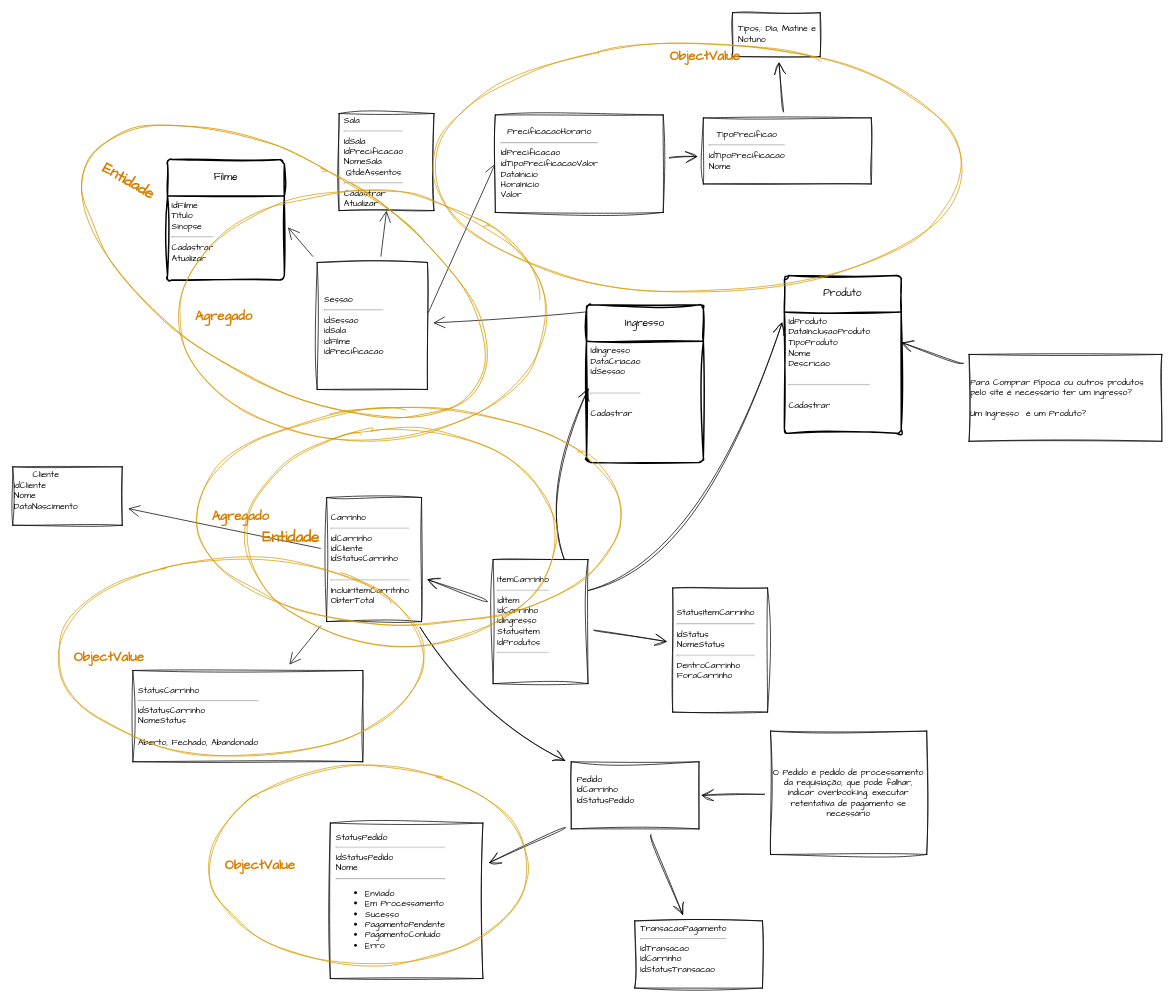
Earlier version of the draw.io diagram page "Entidades" (1 of 3) of doc/IngressosCinemaSiteWebview/arquitetura/Enriquecimento do Domínio.drawio (novaesdavi/ingresso_teste). Source tidied: cells renumbered, new cells numbered last; positions are measured from the earlier drawing's top-left corner, leaving out a move shared by most shapes. Both pictures are drawn from the tidied source at 73%, with x=0, y=0 at pixel (12, 12).
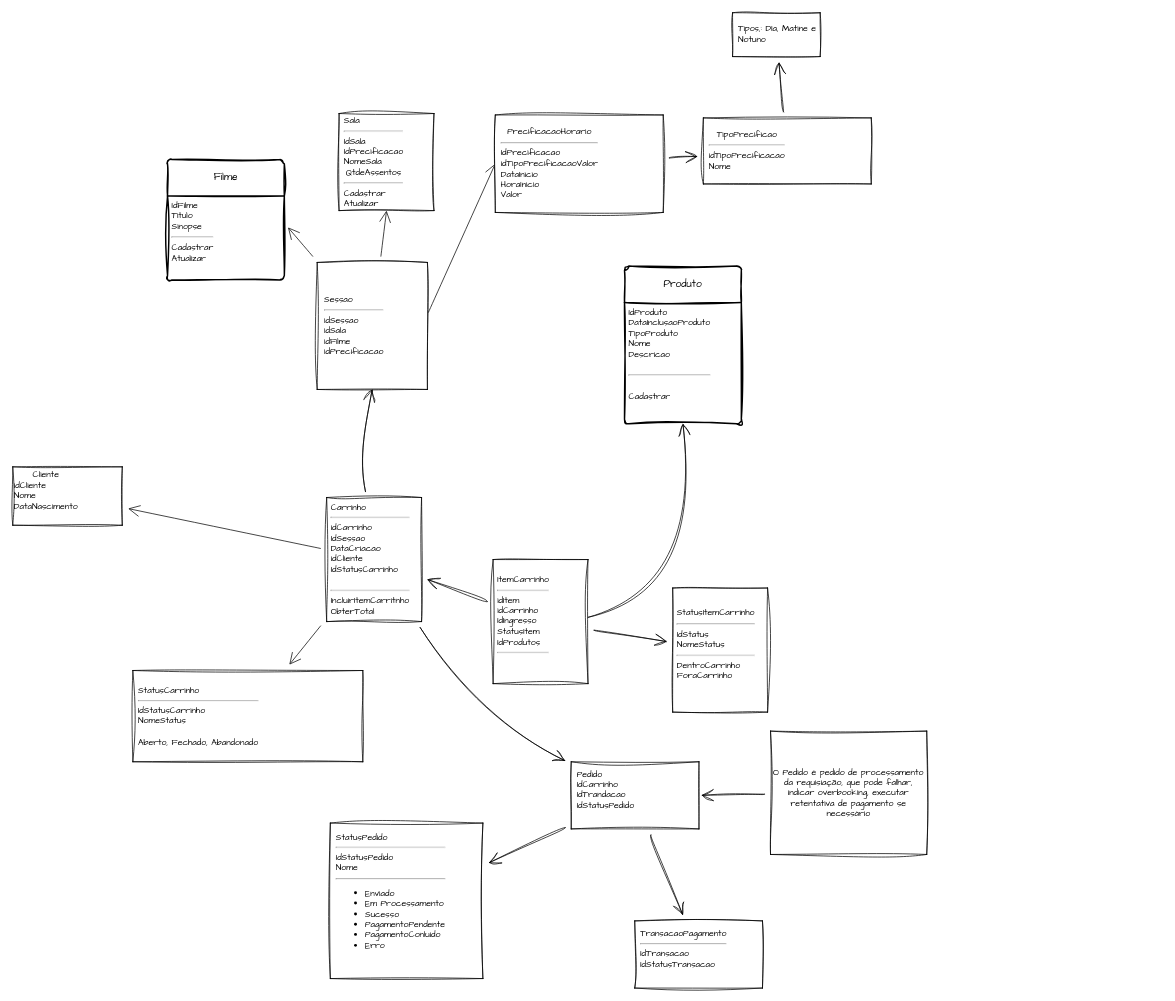
After the change.

The change refers to these unchanged cells:
```xml
<mxCell id="7" value="&lt;div style=&quot;&quot;&gt;&lt;span style=&quot;background-color: initial;&quot;&gt;Sessao&lt;/span&gt;&lt;/div&gt;&lt;div style=&quot;&quot;&gt;&lt;hr&gt;&lt;/div&gt;&lt;div style=&quot;&quot;&gt;&lt;span style=&quot;background-color: initial;&quot;&gt;idSessao&lt;/span&gt;&lt;/div&gt;&lt;div style=&quot;&quot;&gt;&lt;span style=&quot;background-color: initial;&quot;&gt;idSala&lt;/span&gt;&lt;br&gt;&lt;/div&gt;&lt;div&gt;idFilme&lt;/div&gt;&lt;div&gt;&lt;div&gt;&lt;span style=&quot;background-color: initial;&quot;&gt;idPrecificacao&lt;/span&gt;&lt;/div&gt;&lt;/div&gt;" style="rounded=0;whiteSpace=wrap;html=1;fontFamily=Architects Daughter;sketch=1;curveFitting=1;jiggle=2;fillStyle=auto;align=left;shadow=0;spacingLeft=8;" parent="1" vertex="1">
  <mxGeometry x="417" y="342" width="151" height="174" as="geometry" />
</mxCell>
<mxCell id="22" value="&lt;div&gt;IdProduto&lt;/div&gt;&lt;div&gt;&lt;span style=&quot;background-color: initial;&quot;&gt;DataInclusaoProduto&lt;/span&gt;&lt;/div&gt;&lt;div&gt;&lt;div style=&quot;text-wrap: wrap;&quot;&gt;&lt;span style=&quot;background-color: initial;&quot;&gt;TipoProduto&lt;/span&gt;&lt;br&gt;&lt;/div&gt;&lt;div style=&quot;text-wrap: wrap;&quot;&gt;&lt;span style=&quot;background-color: initial;&quot;&gt;Nome&lt;/span&gt;&lt;/div&gt;&lt;div style=&quot;text-wrap: wrap;&quot;&gt;&lt;span style=&quot;background-color: initial;&quot;&gt;Descricao&lt;/span&gt;&lt;/div&gt;&lt;div style=&quot;text-wrap: wrap;&quot;&gt;&lt;br&gt;&lt;/div&gt;&lt;/div&gt;&lt;div&gt;&lt;hr&gt;&lt;/div&gt;&lt;div&gt;&lt;span style=&quot;background-color: initial;&quot;&gt;&lt;br&gt;&lt;/span&gt;&lt;/div&gt;&lt;div&gt;&lt;span style=&quot;background-color: initial;&quot;&gt;Cadastrar&lt;/span&gt;&lt;br&gt;&lt;/div&gt;&lt;div&gt;&lt;br&gt;&lt;/div&gt;" style="align=left;strokeColor=none;fillColor=none;spacingLeft=4;fontSize=12;verticalAlign=top;html=1;sketch=1;hachureGap=4;jiggle=2;curveFitting=1;fontFamily=Architects Daughter;shadow=0;" parent="21" vertex="1">
  <mxGeometry y="50" width="160" height="166" as="geometry" />
</mxCell>
<mxCell id="37" value="&lt;div style=&quot;&quot;&gt;&lt;span style=&quot;background-color: initial;&quot;&gt;ItemCarrinho&lt;/span&gt;&lt;/div&gt;&lt;div style=&quot;&quot;&gt;&lt;hr&gt;&lt;/div&gt;&lt;div style=&quot;&quot;&gt;&lt;span style=&quot;background-color: initial;&quot;&gt;idItem&lt;/span&gt;&lt;br&gt;&lt;/div&gt;&lt;div style=&quot;&quot;&gt;idCarrinho&lt;span style=&quot;background-color: initial;&quot;&gt;&lt;br&gt;&lt;/span&gt;&lt;/div&gt;&lt;div&gt;&lt;span style=&quot;background-color: initial;&quot;&gt;IdIngresso&lt;/span&gt;&lt;br&gt;&lt;/div&gt;&lt;div&gt;StatusItem&lt;br&gt;&lt;/div&gt;&lt;div&gt;IdProdutos&lt;br&gt;&lt;hr&gt;&lt;/div&gt;&lt;div&gt;&lt;br&gt;&lt;/div&gt;" style="rounded=0;whiteSpace=wrap;html=1;fontFamily=Architects Daughter;sketch=1;curveFitting=1;jiggle=2;fillStyle=auto;align=left;spacingLeft=4;shadow=0;" parent="1" vertex="1">
  <mxGeometry x="658" y="749" width="130" height="170" as="geometry" />
</mxCell>
```

Diff of the diagram source:
```diff
@@
-    <mxCell id="6" style="edgeStyle=none;curved=1;rounded=0;sketch=1;hachureGap=4;jiggle=2;curveFitting=1;jettySize=auto;html=1;fontFamily=Architects Daughter;fontSize=16;startSize=14;endArrow=open;endSize=14;sourcePerimeterSpacing=8;targetPerimeterSpacing=8;exitX=1;exitY=0.25;exitDx=0;exitDy=0;entryX=-0.019;entryY=0.086;entryDx=0;entryDy=0;entryPerimeter=0;shadow=0;" parent="1" edge="1" source="37" target="22">
+    <mxCell id="6" style="edgeStyle=none;curved=1;rounded=0;sketch=1;hachureGap=4;jiggle=2;curveFitting=1;jettySize=auto;html=1;fontFamily=Architects Daughter;fontSize=16;startSize=14;endArrow=open;endSize=14;sourcePerimeterSpacing=8;targetPerimeterSpacing=8;exitX=1;exitY=0.25;exitDx=0;exitDy=0;entryX=0.5;entryY=1;entryDx=0;entryDy=0;shadow=0;" parent="1" edge="1" target="22">
       <mxGeometry relative="1" as="geometry">
+        <mxPoint x="788" y="828.2" as="sourcePoint" />
         <Array as="points">
-          <mxPoint x="948" y="751" />
+          <mxPoint x="948" y="787.7" />
         </Array>
       </mxGeometry>
     </mxCell>
@@
-    <mxCell id="12" style="edgeStyle=none;curved=1;rounded=0;jettySize=auto;html=1;fontFamily=Architects Daughter;fontSize=16;startSize=14;endArrow=open;endSize=14;sourcePerimeterSpacing=8;targetPerimeterSpacing=8;exitX=0.395;exitY=0.013;exitDx=0;exitDy=0;exitPerimeter=0;shadow=0;" parent="1" edge="1" source="19" target="7">
-      <mxGeometry relative="1" as="geometry">
-        <Array as="points">
-          <mxPoint x="733" y="417" />
-        </Array>
-      </mxGeometry>
-    </mxCell>
@@
+    <mxCell id="48" style="edgeStyle=none;curved=1;rounded=0;sketch=1;hachureGap=4;jiggle=2;curveFitting=1;jettySize=auto;html=1;entryX=0.5;entryY=1;entryDx=0;entryDy=0;fontFamily=Architects Daughter;fontSize=16;startSize=14;endArrow=open;endSize=14;sourcePerimeterSpacing=8;targetPerimeterSpacing=8;" parent="1" edge="1" source="15" target="7">
+      <mxGeometry relative="1" as="geometry">
+        <Array as="points">
+          <mxPoint x="474" y="584" />
+        </Array>
+      </mxGeometry>
+    </mxCell>
-    <mxCell id="15" value="&lt;div style=&quot;&quot;&gt;&lt;span style=&quot;background-color: initial;&quot;&gt;Carrinho&lt;/span&gt;&lt;/div&gt;&lt;div style=&quot;&quot;&gt;&lt;hr&gt;&lt;/div&gt;&lt;div style=&quot;&quot;&gt;&lt;span style=&quot;background-color: initial;&quot;&gt;idCarrinho&lt;/span&gt;&lt;/div&gt;&lt;div style=&quot;&quot;&gt;&lt;span style=&quot;background-color: initial;&quot;&gt;idCliente&lt;/span&gt;&lt;br&gt;&lt;/div&gt;&lt;div&gt;&lt;span style=&quot;background-color: initial;&quot;&gt;IdStatusCarrinho&lt;/span&gt;&lt;br&gt;&lt;/div&gt;&lt;div&gt;&lt;br&gt;&lt;hr&gt;IncluirItemCarritnho&lt;/div&gt;&lt;div&gt;ObterTotal&lt;br&gt;&lt;/div&gt;" style="rounded=0;whiteSpace=wrap;html=1;fontFamily=Architects Daughter;sketch=1;curveFitting=1;jiggle=2;fillStyle=auto;align=left;spacingLeft=4;shadow=0;" parent="1" vertex="1">
+    <mxCell id="15" value="&lt;div style=&quot;&quot;&gt;&lt;span style=&quot;background-color: initial;&quot;&gt;Carrinho&lt;/span&gt;&lt;/div&gt;&lt;div style=&quot;&quot;&gt;&lt;hr&gt;&lt;/div&gt;&lt;div style=&quot;&quot;&gt;&lt;span style=&quot;background-color: initial;&quot;&gt;idCarrinho&lt;/span&gt;&lt;/div&gt;&lt;div style=&quot;&quot;&gt;&lt;span style=&quot;background-color: initial;&quot;&gt;IdSessao&lt;/span&gt;&lt;/div&gt;&lt;div style=&quot;&quot;&gt;&lt;span style=&quot;background-color: initial;&quot;&gt;DataCriacao&lt;/span&gt;&lt;/div&gt;&lt;div style=&quot;&quot;&gt;&lt;span style=&quot;background-color: initial;&quot;&gt;idCliente&lt;/span&gt;&lt;br&gt;&lt;/div&gt;&lt;div&gt;&lt;span style=&quot;background-color: initial;&quot;&gt;IdStatusCarrinho&lt;/span&gt;&lt;br&gt;&lt;/div&gt;&lt;div&gt;&lt;br&gt;&lt;hr&gt;IncluirItemCarritnho&lt;/div&gt;&lt;div&gt;ObterTotal&lt;br&gt;&lt;/div&gt;" style="rounded=0;whiteSpace=wrap;html=1;fontFamily=Architects Daughter;sketch=1;curveFitting=1;jiggle=2;fillStyle=auto;align=left;spacingLeft=4;shadow=0;" parent="1" vertex="1">
       <mxGeometry x="430" y="664" width="130" height="170" as="geometry" />
     </mxCell>
@@
-    <mxCell id="19" value="Ingresso" style="swimlane;horizontal=1;startSize=50;rounded=1;fontSize=14;fontStyle=0;strokeWidth=2;shadow=0;dashed=0;align=center;arcSize=4;whiteSpace=wrap;html=1;sketch=1;hachureGap=4;jiggle=2;curveFitting=1;fontFamily=Architects Daughter;" parent="1" vertex="1">
-      <mxGeometry x="786" y="400" width="160" height="216" as="geometry" />
-    </mxCell>
-    <mxCell id="20" value="&lt;div&gt;IdIngresso&lt;/div&gt;&lt;div&gt;&lt;span style=&quot;background-color: initial;&quot;&gt;DataCriacao&lt;/span&gt;&lt;/div&gt;&lt;div&gt;&lt;div style=&quot;text-wrap: wrap;&quot;&gt;&lt;span style=&quot;background-color: initial;&quot;&gt;IdSessao&lt;/span&gt;&lt;br&gt;&lt;/div&gt;&lt;div style=&quot;text-wrap: wrap;&quot;&gt;&lt;br&gt;&lt;/div&gt;&lt;/div&gt;&lt;div&gt;&lt;hr&gt;&lt;/div&gt;&lt;div&gt;&lt;span style=&quot;background-color: initial;&quot;&gt;&lt;br&gt;&lt;/span&gt;&lt;/div&gt;&lt;div&gt;&lt;span style=&quot;background-color: initial;&quot;&gt;Cadastrar&lt;/span&gt;&lt;br&gt;&lt;/div&gt;&lt;div&gt;&lt;br&gt;&lt;/div&gt;" style="align=left;strokeColor=none;fillColor=none;spacingLeft=4;fontSize=12;verticalAlign=top;html=1;sketch=1;hachureGap=4;jiggle=2;curveFitting=1;fontFamily=Architects Daughter;shadow=0;" parent="19" vertex="1">
-      <mxGeometry y="50" width="160" height="166" as="geometry" />
-    </mxCell>
     <mxCell id="21" value="Produto" style="swimlane;horizontal=1;startSize=50;rounded=1;fontSize=14;fontStyle=0;strokeWidth=2;shadow=0;dashed=0;align=center;arcSize=4;whiteSpace=wrap;html=1;sketch=1;hachureGap=4;jiggle=2;curveFitting=1;fontFamily=Architects Daughter;" parent="1" vertex="1">
-      <mxGeometry x="1057" y="360" width="160" height="216" as="geometry" />
+      <mxGeometry x="838" y="347" width="160" height="216" as="geometry" />
     </mxCell>
@@
-    <mxCell id="23" style="edgeStyle=none;curved=1;rounded=0;sketch=1;hachureGap=4;jiggle=2;curveFitting=1;jettySize=auto;html=1;entryX=0.016;entryY=0.388;entryDx=0;entryDy=0;entryPerimeter=0;fontFamily=Architects Daughter;fontSize=16;startSize=14;endArrow=open;endSize=14;sourcePerimeterSpacing=8;targetPerimeterSpacing=8;shadow=0;exitX=0.75;exitY=0;exitDx=0;exitDy=0;" parent="1" edge="1" source="37" target="20">
-      <mxGeometry relative="1" as="geometry">
-        <Array as="points">
-          <mxPoint x="726" y="661" />
-        </Array>
-      </mxGeometry>
-    </mxCell>
-    <mxCell id="24" style="edgeStyle=none;curved=1;rounded=0;sketch=1;hachureGap=4;jiggle=2;curveFitting=1;jettySize=auto;html=1;entryX=1;entryY=0.25;entryDx=0;entryDy=0;fontFamily=Architects Daughter;fontSize=16;startSize=14;endArrow=open;endSize=14;sourcePerimeterSpacing=8;targetPerimeterSpacing=8;shadow=0;" parent="1" edge="1" source="25" target="22">
-      <mxGeometry relative="1" as="geometry" />
-    </mxCell>
-    <mxCell id="25" value="Para Comprar Pìpoca ou outros produtos pelo site é necessário ter um ingresso?&lt;br&gt;&lt;br&gt;Um Ingresso&amp;nbsp; é um Produto?" style="html=1;dashed=0;whiteSpace=wrap;sketch=1;hachureGap=4;jiggle=2;curveFitting=1;fontFamily=Architects Daughter;align=left;shadow=0;" parent="1" vertex="1">
-      <mxGeometry x="1310" y="468" width="264" height="119" as="geometry" />
-    </mxCell>
@@
-    <mxCell id="31" value="Pedido&lt;div&gt;IdCarrinho&lt;/div&gt;&lt;div&gt;IdStatusPedido&lt;/div&gt;&lt;div&gt;&lt;br&gt;&lt;/div&gt;" style="html=1;dashed=0;whiteSpace=wrap;sketch=1;hachureGap=4;jiggle=2;curveFitting=1;fontFamily=Architects Daughter;align=left;spacingLeft=6;shadow=0;" parent="1" vertex="1">
+    <mxCell id="31" value="Pedido&lt;div&gt;IdCarrinho&lt;/div&gt;&lt;div&gt;IdTrandacao&lt;/div&gt;&lt;div&gt;IdStatusPedido&lt;/div&gt;&lt;div&gt;&lt;br&gt;&lt;/div&gt;" style="html=1;dashed=0;whiteSpace=wrap;sketch=1;hachureGap=4;jiggle=2;curveFitting=1;fontFamily=Architects Daughter;align=left;spacingLeft=6;shadow=0;" parent="1" vertex="1">
       <mxGeometry x="765" y="1026" width="175" height="92" as="geometry" />
     </mxCell>
@@
-    <mxCell id="39" value="&lt;div&gt;TransacaoPagamento&lt;hr&gt;&lt;div&gt;IdTransacao&lt;/div&gt;&lt;div&gt;IdCarrinho&lt;/div&gt;&lt;div&gt;IdStatusTransacao&lt;/div&gt;&lt;div&gt;&lt;br&gt;&lt;/div&gt;&lt;/div&gt;" style="html=1;dashed=0;whiteSpace=wrap;sketch=1;hachureGap=4;jiggle=2;curveFitting=1;fontFamily=Architects Daughter;align=left;spacingLeft=6;shadow=0;" parent="1" vertex="1">
+    <mxCell id="39" value="TransacaoPagamento&lt;hr&gt;&lt;div&gt;IdTransacao&lt;/div&gt;&lt;div&gt;&lt;span style=&quot;background-color: initial;&quot;&gt;IdStatusTransacao&lt;/span&gt;&lt;br&gt;&lt;/div&gt;&lt;div&gt;&lt;br&gt;&lt;/div&gt;" style="html=1;dashed=0;whiteSpace=wrap;sketch=1;hachureGap=4;jiggle=2;curveFitting=1;fontFamily=Architects Daughter;align=left;spacingLeft=6;shadow=0;" parent="1" vertex="1">
       <mxGeometry x="852" y="1244" width="175" height="92" as="geometry" />
     </mxCell>
-    <mxCell id="40" parent="0" />
-    <mxCell id="41" value="Agregado" style="ellipse;whiteSpace=wrap;html=1;align=left;sketch=1;hachureGap=4;jiggle=2;curveFitting=1;fontFamily=Architects Daughter;fillColor=none;spacingLeft=20;fontSize=18;fontStyle=1;gradientColor=#ffa500;strokeColor=#d79b00;fontColor=#D67D00;" parent="40" vertex="1">
-      <mxGeometry x="228" y="244" width="502" height="342" as="geometry" />
-    </mxCell>
-    <mxCell id="42" value="ObjectValue" style="ellipse;whiteSpace=wrap;html=1;align=center;sketch=1;hachureGap=4;jiggle=2;curveFitting=1;fontFamily=Architects Daughter;fillColor=none;spacingLeft=20;fontSize=18;fontStyle=1;verticalAlign=top;gradientColor=#ffa500;strokeColor=#d79b00;fontColor=#D67D00;" parent="40" vertex="1">
-      <mxGeometry x="577" y="42" width="723" height="341" as="geometry" />
-    </mxCell>
-    <mxCell id="43" value="Agregado" style="ellipse;whiteSpace=wrap;html=1;align=left;sketch=1;hachureGap=4;jiggle=2;curveFitting=1;fontFamily=Architects Daughter;fillColor=none;spacingLeft=20;fontSize=18;fontStyle=1;gradientColor=#ffa500;strokeColor=#d79b00;fontColor=#D67D00;" parent="40" vertex="1">
-      <mxGeometry x="251" y="541" width="583" height="298" as="geometry" />
-    </mxCell>
-    <mxCell id="44" value="ObjectValue" style="ellipse;whiteSpace=wrap;html=1;align=left;sketch=1;hachureGap=4;jiggle=2;curveFitting=1;fontFamily=Architects Daughter;fillColor=none;spacingLeft=20;fontSize=18;fontStyle=1;gradientColor=#ffa500;strokeColor=#d79b00;fontColor=#D67D00;" parent="40" vertex="1">
-      <mxGeometry x="269" y="1032" width="436" height="272" as="geometry" />
-    </mxCell>
-    <mxCell id="45" value="ObjectValue" style="ellipse;whiteSpace=wrap;html=1;align=left;sketch=1;hachureGap=4;jiggle=2;curveFitting=1;fontFamily=Architects Daughter;fillColor=none;spacingLeft=20;fontSize=18;fontStyle=1;gradientColor=#ffa500;strokeColor=#d79b00;fontColor=#D67D00;" parent="40" vertex="1">
-      <mxGeometry x="62" y="746" width="501" height="272" as="geometry" />
-    </mxCell>
-    <mxCell id="46" value="Entidade" style="ellipse;whiteSpace=wrap;html=1;align=left;sketch=1;hachureGap=4;jiggle=2;curveFitting=1;fontFamily=Architects Daughter;fillColor=none;spacingLeft=20;fontSize=21;fontStyle=1;rotation=30;gradientColor=#ffa500;strokeColor=#d79b00;fontColor=#D67D00;" parent="40" vertex="1">
-      <mxGeometry x="65" y="205" width="615" height="298" as="geometry" />
-    </mxCell>
-    <mxCell id="47" value="Entidade" style="ellipse;whiteSpace=wrap;html=1;align=left;sketch=1;hachureGap=4;jiggle=2;curveFitting=1;fontFamily=Architects Daughter;fillColor=none;spacingLeft=20;fontSize=21;fontStyle=1;rotation=0;gradientColor=#ffa500;strokeColor=#d79b00;fontColor=#D67D00;" parent="40" vertex="1">
-      <mxGeometry x="320" y="569" width="424" height="298" as="geometry" />
-    </mxCell>
```
